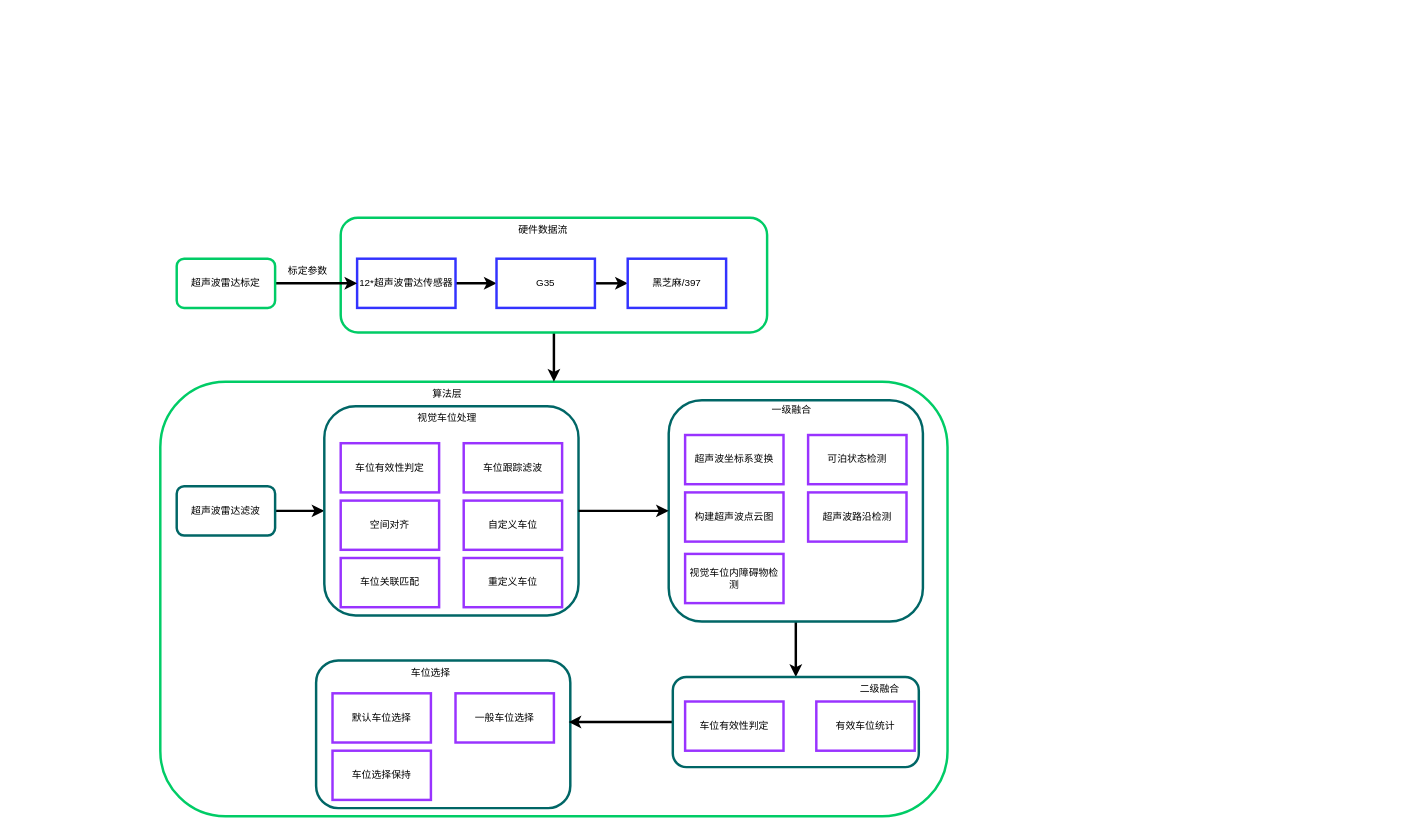
Above: YDU2.0/未命名绘图.drawio in bugquella/diagrams (draw.io), before the change. Source tidied: cells renumbered, new cells numbered last; positions are measured from the earlier drawing's top-left corner, leaving out a move shared by most shapes. Both pictures are drawn from the tidied source at 82%, with x=0, y=0 at pixel (160, 217).
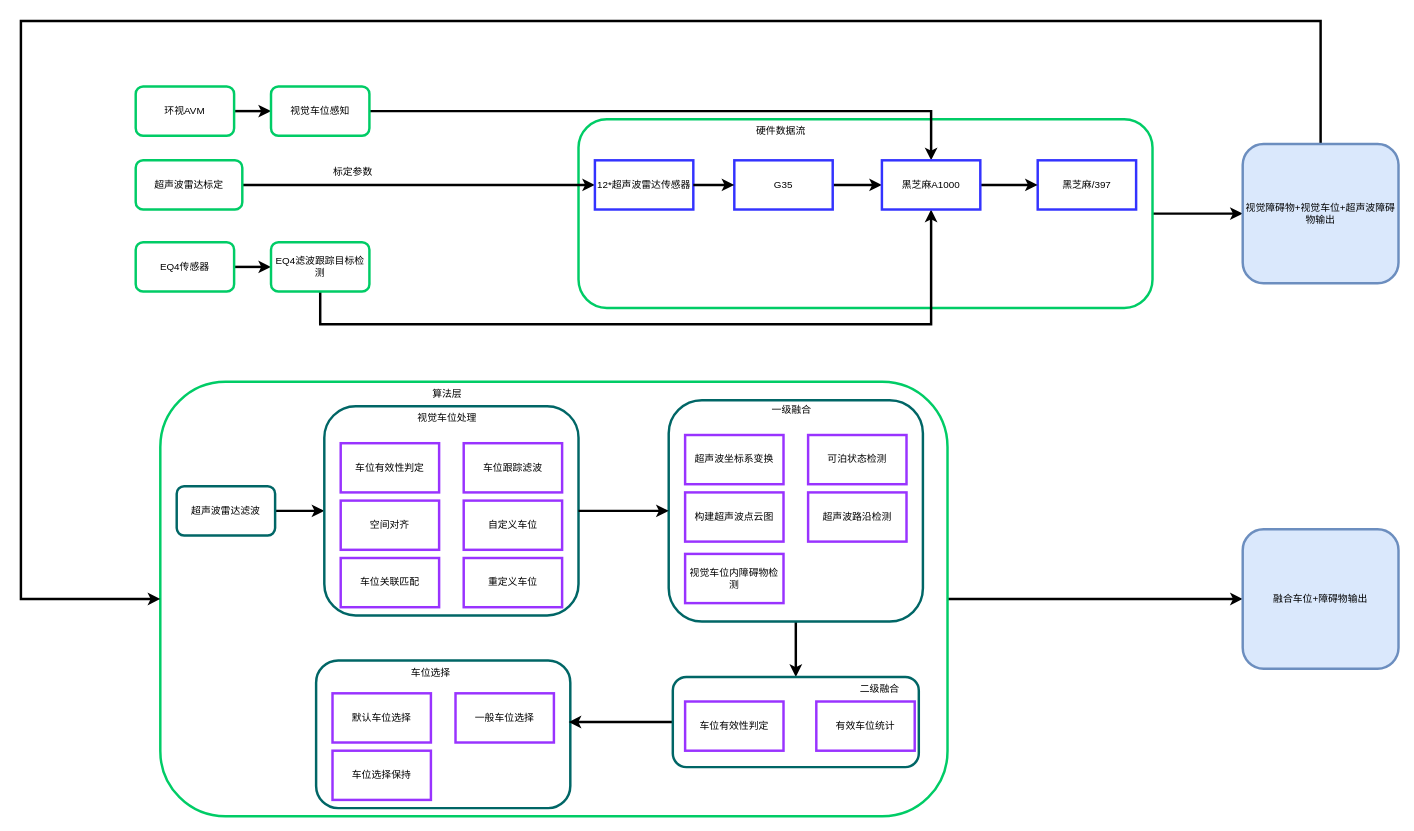
Above is the later version.

Commit message:
更新未命名绘图.drawio

Unchanged cells that the change refers to:
```xml
<mxCell id="2" style="rounded=1;whiteSpace=wrap;html=1;strokeColor=#00CC66;strokeWidth=3;" parent="1" vertex="1">
  <mxGeometry y="200" width="960" height="530" as="geometry" />
</mxCell>
```

What changed in the source:
```diff
@@
+    <mxCell id="46" style="edgeStyle=orthogonalEdgeStyle;rounded=0;jettySize=auto;html=1;strokeWidth=3;" parent="1" edge="1" source="4" target="53">
+      <mxGeometry relative="1" as="geometry" />
+    </mxCell>
+    <mxCell id="4" style="rounded=1;whiteSpace=wrap;html=1;strokeColor=#00CC66;strokeWidth=3;" parent="1" vertex="1">
+      <mxGeometry x="510" y="-120" width="700" height="230" as="geometry" />
+    </mxCell>
+    <mxCell id="47" style="edgeStyle=orthogonalEdgeStyle;rounded=0;jettySize=auto;html=1;strokeWidth=3;" parent="1" edge="1" source="2" target="61">
+      <mxGeometry relative="1" as="geometry" />
+    </mxCell>
@@
-    <mxCell id="3" style="edgeStyle=orthogonalEdgeStyle;rounded=0;jettySize=auto;html=1;exitX=0.5;exitY=1;exitDx=0;exitDy=0;entryX=0.5;entryY=0;entryDx=0;entryDy=0;strokeWidth=3;" parent="1" edge="1" source="4" target="2">
-      <mxGeometry relative="1" as="geometry" />
-    </mxCell>
-    <mxCell id="4" style="rounded=1;whiteSpace=wrap;html=1;strokeColor=#00CC66;strokeWidth=3;" parent="1" vertex="1">
-      <mxGeometry x="220" width="520" height="140" as="geometry" />
-    </mxCell>
-    <mxCell id="5" style="edgeStyle=orthogonalEdgeStyle;rounded=0;jettySize=auto;html=1;entryX=0;entryY=0.5;entryDx=0;entryDy=0;strokeWidth=3;" parent="1" edge="1" source="6" target="11">
-      <mxGeometry relative="1" as="geometry" />
-    </mxCell>
-    <mxCell id="6" value="12*超声波雷达传感器" style="rounded=0;whiteSpace=wrap;html=1;strokeWidth=3;strokeColor=#3333FF;" parent="1" vertex="1">
-      <mxGeometry x="240" y="50" width="120" height="60" as="geometry" />
-    </mxCell>
-    <mxCell id="7" style="edgeStyle=orthogonalEdgeStyle;rounded=0;jettySize=auto;html=1;strokeWidth=3;" parent="1" edge="1" source="8" target="6">
+    <mxCell id="7" style="edgeStyle=orthogonalEdgeStyle;rounded=0;jettySize=auto;html=1;entryX=0;entryY=0.5;entryDx=0;entryDy=0;strokeWidth=3;" parent="1" edge="1" source="8" target="6">
       <mxGeometry relative="1" as="geometry" />
     </mxCell>
     <mxCell id="8" value="超声波雷达标定" style="rounded=1;whiteSpace=wrap;html=1;strokeColor=#00CC66;strokeWidth=3;" parent="1" vertex="1">
-      <mxGeometry x="20" y="50" width="120" height="60" as="geometry" />
+      <mxGeometry x="-30" y="-70" width="130" height="60" as="geometry" />
     </mxCell>
     <mxCell id="9" value="标定参数" style="text;html=1;strokeColor=none;fillColor=none;align=center;verticalAlign=middle;whiteSpace=wrap;rounded=0;strokeWidth=3;" parent="1" vertex="1">
-      <mxGeometry x="150" y="50" width="60" height="30" as="geometry" />
+      <mxGeometry x="205" y="-70" width="60" height="30" as="geometry" />
     </mxCell>
-    <mxCell id="10" style="edgeStyle=orthogonalEdgeStyle;rounded=0;jettySize=auto;html=1;strokeWidth=3;" parent="1" edge="1" source="11" target="12">
-      <mxGeometry relative="1" as="geometry" />
-    </mxCell>
-    <mxCell id="11" value="G35" style="rounded=0;whiteSpace=wrap;html=1;strokeWidth=3;strokeColor=#3333FF;" parent="1" vertex="1">
-      <mxGeometry x="410" y="50" width="120" height="60" as="geometry" />
-    </mxCell>
-    <mxCell id="12" value="黑芝麻/397" style="rounded=0;whiteSpace=wrap;html=1;strokeWidth=3;strokeColor=#3333FF;" parent="1" vertex="1">
-      <mxGeometry x="570" y="50" width="120" height="60" as="geometry" />
-    </mxCell>
@@
-    <mxCell id="23" value="硬件数据流" style="text;html=1;strokeColor=none;fillColor=none;align=center;verticalAlign=middle;whiteSpace=wrap;rounded=0;strokeWidth=3;" parent="1" vertex="1">
-      <mxGeometry x="424" width="86" height="30" as="geometry" />
-    </mxCell>
@@
+    <mxCell id="48" style="edgeStyle=orthogonalEdgeStyle;rounded=0;jettySize=auto;html=1;strokeWidth=3;" parent="1" edge="1" source="49" target="51">
+      <mxGeometry relative="1" as="geometry" />
+    </mxCell>
+    <mxCell id="49" value="EQ4传感器" style="rounded=1;whiteSpace=wrap;html=1;strokeColor=#00CC66;strokeWidth=3;" parent="1" vertex="1">
+      <mxGeometry x="-30" y="30" width="120" height="60" as="geometry" />
+    </mxCell>
+    <mxCell id="50" style="edgeStyle=orthogonalEdgeStyle;rounded=0;jettySize=auto;html=1;entryX=0.5;entryY=1;entryDx=0;entryDy=0;strokeWidth=3;" parent="1" edge="1" source="51" target="60">
+      <mxGeometry relative="1" as="geometry">
+        <Array as="points">
+          <mxPoint x="195" y="130" />
+          <mxPoint x="940" y="130" />
+        </Array>
+      </mxGeometry>
+    </mxCell>
+    <mxCell id="51" value="EQ4滤波跟踪目标检测" style="rounded=1;whiteSpace=wrap;html=1;strokeColor=#00CC66;strokeWidth=3;" parent="1" vertex="1">
+      <mxGeometry x="135" y="30" width="120" height="60" as="geometry" />
+    </mxCell>
+    <mxCell id="52" style="edgeStyle=orthogonalEdgeStyle;rounded=0;jettySize=auto;html=1;entryX=0;entryY=0.5;entryDx=0;entryDy=0;strokeWidth=3;" parent="1" edge="1" source="53" target="2">
+      <mxGeometry relative="1" as="geometry">
+        <Array as="points">
+          <mxPoint x="1415" y="-240" />
+          <mxPoint x="-170" y="-240" />
+          <mxPoint x="-170" y="465" />
+        </Array>
+      </mxGeometry>
+    </mxCell>
+    <mxCell id="53" value="视觉障碍物+视觉车位+超声波障碍物输出" style="rounded=1;whiteSpace=wrap;html=1;strokeColor=#6c8ebf;strokeWidth=3;fillColor=#dae8fc;" parent="1" vertex="1">
+      <mxGeometry x="1320" y="-90" width="190" height="170" as="geometry" />
+    </mxCell>
+    <mxCell id="6" value="12*超声波雷达传感器" style="rounded=0;whiteSpace=wrap;html=1;strokeWidth=3;strokeColor=#3333FF;" parent="1" vertex="1">
+      <mxGeometry x="530" y="-70" width="120" height="60" as="geometry" />
+    </mxCell>
+    <mxCell id="54" style="edgeStyle=orthogonalEdgeStyle;rounded=0;jettySize=auto;html=1;entryX=0;entryY=0.5;entryDx=0;entryDy=0;strokeWidth=3;" parent="1" edge="1" source="11" target="60">
+      <mxGeometry relative="1" as="geometry" />
+    </mxCell>
+    <mxCell id="11" value="G35" style="rounded=0;whiteSpace=wrap;html=1;strokeWidth=3;strokeColor=#3333FF;" parent="1" vertex="1">
+      <mxGeometry x="700" y="-70" width="120" height="60" as="geometry" />
+    </mxCell>
+    <mxCell id="5" style="edgeStyle=orthogonalEdgeStyle;rounded=0;jettySize=auto;html=1;entryX=0;entryY=0.5;entryDx=0;entryDy=0;strokeWidth=3;" parent="1" edge="1" source="6" target="11">
+      <mxGeometry relative="1" as="geometry" />
+    </mxCell>
+    <mxCell id="12" value="黑芝麻/397" style="rounded=0;whiteSpace=wrap;html=1;strokeWidth=3;strokeColor=#3333FF;" parent="1" vertex="1">
+      <mxGeometry x="1070" y="-70" width="120" height="60" as="geometry" />
+    </mxCell>
+    <mxCell id="23" value="硬件数据流" style="text;html=1;strokeColor=none;fillColor=none;align=center;verticalAlign=middle;whiteSpace=wrap;rounded=0;strokeWidth=3;" parent="1" vertex="1">
+      <mxGeometry x="714" y="-120" width="86" height="30" as="geometry" />
+    </mxCell>
+    <mxCell id="55" style="edgeStyle=orthogonalEdgeStyle;rounded=0;jettySize=auto;html=1;strokeWidth=3;" parent="1" edge="1" source="56" target="58">
+      <mxGeometry relative="1" as="geometry" />
+    </mxCell>
+    <mxCell id="56" value="环视AVM" style="rounded=1;whiteSpace=wrap;html=1;strokeColor=#00CC66;strokeWidth=3;" parent="1" vertex="1">
+      <mxGeometry x="-30" y="-160" width="120" height="60" as="geometry" />
+    </mxCell>
+    <mxCell id="57" style="edgeStyle=orthogonalEdgeStyle;rounded=0;jettySize=auto;html=1;strokeWidth=3;entryX=0.5;entryY=0;entryDx=0;entryDy=0;" parent="1" edge="1" source="58" target="60">
+      <mxGeometry relative="1" as="geometry" />
+    </mxCell>
+    <mxCell id="58" value="视觉车位感知" style="rounded=1;whiteSpace=wrap;html=1;strokeColor=#00CC66;strokeWidth=3;" parent="1" vertex="1">
+      <mxGeometry x="135" y="-160" width="120" height="60" as="geometry" />
+    </mxCell>
+    <mxCell id="59" style="edgeStyle=orthogonalEdgeStyle;rounded=0;jettySize=auto;html=1;strokeWidth=3;entryX=0;entryY=0.5;entryDx=0;entryDy=0;" parent="1" edge="1" source="60" target="12">
+      <mxGeometry relative="1" as="geometry" />
+    </mxCell>
+    <mxCell id="60" value="黑芝麻A1000" style="rounded=0;whiteSpace=wrap;html=1;strokeWidth=3;strokeColor=#3333FF;" parent="1" vertex="1">
+      <mxGeometry x="880" y="-70" width="120" height="60" as="geometry" />
+    </mxCell>
+    <mxCell id="61" value="融合车位+障碍物输出" style="rounded=1;whiteSpace=wrap;html=1;strokeColor=#6c8ebf;strokeWidth=3;fillColor=#dae8fc;" parent="1" vertex="1">
+      <mxGeometry x="1320" y="380" width="190" height="170" as="geometry" />
+    </mxCell>
```
